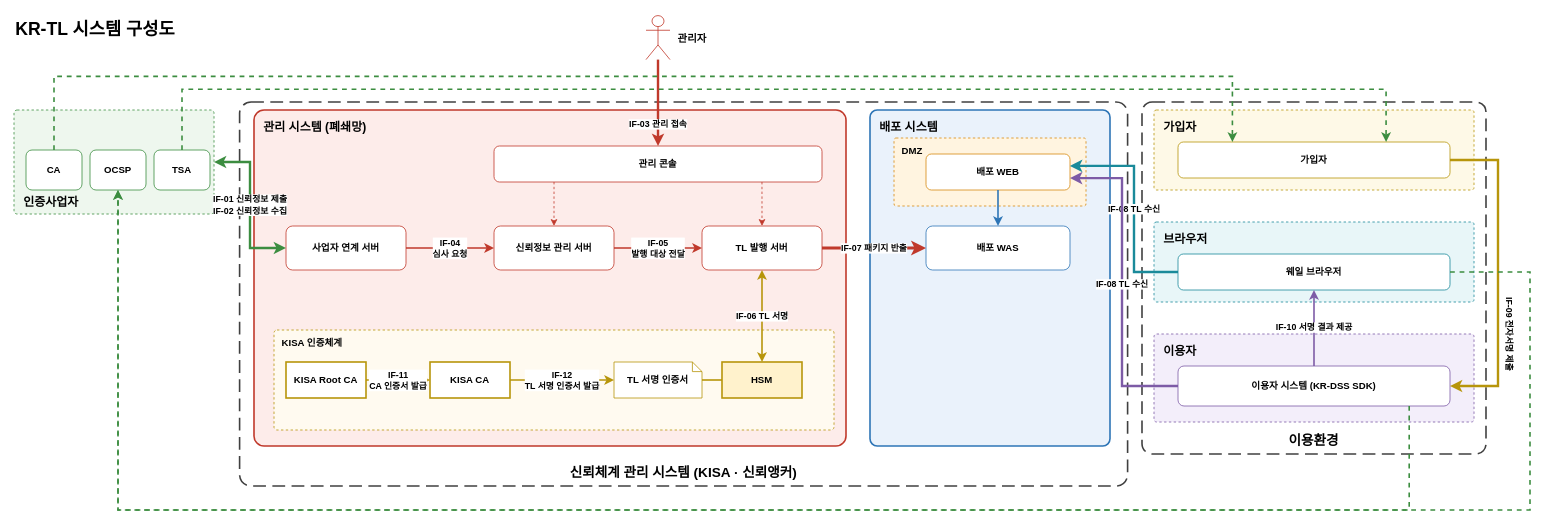
This is docs/design/KR-TL-관리시스템/diagrams/krtl-system.drawio from yongsungkim-electcerti/kr-dss, a draw.io file, before an edit. Source tidied: cells renumbered, new cells numbered last; positions are measured from the earlier drawing's top-left corner, leaving out a move shared by most shapes. Both pictures are drawn from the tidied source at 80%, with x=0, y=0 at pixel (14, 14).
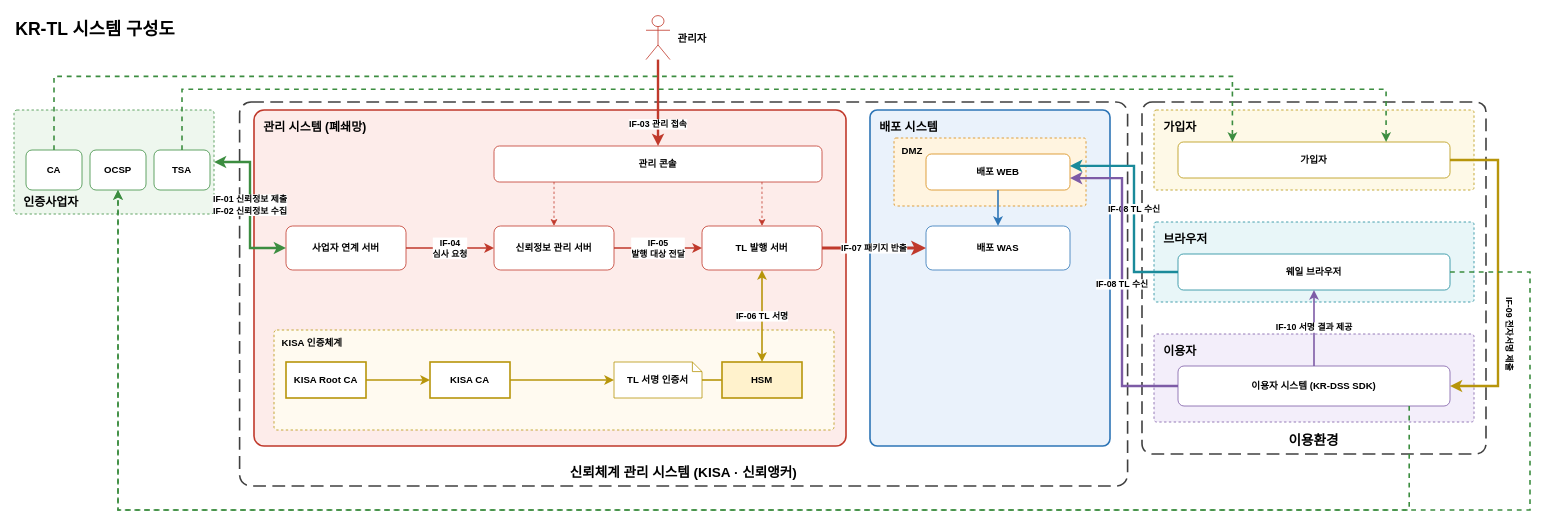
After the change.

Unchanged cells that the change refers to:
```xml
<mxCell id="21" value="KISA Root CA" style="rounded=0;whiteSpace=wrap;html=1;fillColor=#ffffff;strokeColor=#b7950b;strokeWidth=2;fontStyle=1;" parent="1" vertex="1">
  <mxGeometry x="340" y="435" width="100" height="45" as="geometry" />
</mxCell>
<mxCell id="22" value="KISA CA" style="rounded=0;whiteSpace=wrap;html=1;fillColor=#ffffff;strokeColor=#b7950b;strokeWidth=2;fontStyle=1;" parent="1" vertex="1">
  <mxGeometry x="520" y="435" width="100" height="45" as="geometry" />
</mxCell>
<mxCell id="23" value="TL 서명 인증서" style="shape=note;size=12;whiteSpace=wrap;html=1;fillColor=#ffffff;strokeColor=#b7950b;strokeWidth=1;fontStyle=1;" parent="1" vertex="1">
  <mxGeometry x="750" y="435" width="110" height="45" as="geometry" />
</mxCell>
```

Diff of the diagram source:
```diff
@@
-    <mxCell id="37" value="IF-11&lt;br&gt;CA 인증서 발급" style="edgeStyle=orthogonalEdgeStyle;rounded=0;html=1;fontSize=11;fontStyle=1;labelBackgroundColor=#ffffff;strokeColor=#b7950b;strokeWidth=2;exitX=1;exitY=0.5;entryX=0;entryY=0.5;" parent="1" edge="1" source="21" target="22">
+    <mxCell id="37" style="edgeStyle=orthogonalEdgeStyle;rounded=0;html=1;fontSize=11;fontStyle=1;labelBackgroundColor=#ffffff;strokeColor=#b7950b;strokeWidth=2;exitX=1;exitY=0.5;entryX=0;entryY=0.5;" parent="1" edge="1" source="21" target="22">
       <mxGeometry relative="1" as="geometry" />
     </mxCell>
-    <mxCell id="38" value="IF-12&lt;br&gt;TL 서명 인증서 발급" style="edgeStyle=orthogonalEdgeStyle;rounded=0;html=1;fontSize=11;fontStyle=1;labelBackgroundColor=#ffffff;strokeColor=#b7950b;strokeWidth=2;exitX=1;exitY=0.5;entryX=0;entryY=0.5;" parent="1" edge="1" source="22" target="23">
+    <mxCell id="38" style="edgeStyle=orthogonalEdgeStyle;rounded=0;html=1;fontSize=11;fontStyle=1;labelBackgroundColor=#ffffff;strokeColor=#b7950b;strokeWidth=2;exitX=1;exitY=0.5;entryX=0;entryY=0.5;" parent="1" edge="1" source="22" target="23">
       <mxGeometry relative="1" as="geometry" />
     </mxCell>
```
